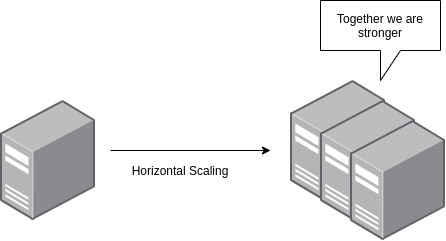
bregman-arie/system-design-notebook keeps this draw.io diagram as images/scalability/horizontal_scaling.png. Above is the earlier version. Source tidied: cells renumbered, new cells last; positions are measured from the earlier drawing's top-left corner, leaving out a move shared by most shapes. The source it was exported from:
```xml
<mxGraphModel>
  <root>
    <mxCell id="0" />
    <mxCell id="1" parent="0" />
    <mxCell id="2" style="html=1;align=center;shadow=0;dashed=0;image;image=img/lib/allied_telesis/computer_and_terminals/Server_Desktop.svg;" parent="1" vertex="1">
      <mxGeometry y="100" width="94.7" height="120" as="geometry" />
    </mxCell>
    <mxCell id="3" style="html=1;align=center;shadow=0;dashed=0;image;image=img/lib/allied_telesis/computer_and_terminals/Server_Desktop.svg;" parent="1" vertex="1">
      <mxGeometry x="290" y="80" width="94.7" height="120" as="geometry" />
    </mxCell>
    <mxCell id="4" style="html=1;align=center;shadow=0;dashed=0;image;image=img/lib/allied_telesis/computer_and_terminals/Server_Desktop.svg;" parent="1" vertex="1">
      <mxGeometry x="320" y="100" width="94.7" height="120" as="geometry" />
    </mxCell>
    <mxCell id="5" style="html=1;align=center;shadow=0;dashed=0;image;image=img/lib/allied_telesis/computer_and_terminals/Server_Desktop.svg;" parent="1" vertex="1">
      <mxGeometry x="350" y="120" width="94.7" height="120" as="geometry" />
    </mxCell>
    <mxCell id="6" style="endArrow=classic;html=1;" parent="1" edge="1">
      <mxGeometry relative="1" as="geometry">
        <mxPoint x="110" y="150" as="sourcePoint" />
        <mxPoint x="270" y="150" as="targetPoint" />
      </mxGeometry>
    </mxCell>
    <mxCell id="7" value="&lt;span&gt;Together we are stronger&lt;/span&gt;" style="shape=callout;whiteSpace=wrap;html=1;perimeter=calloutPerimeter;" parent="1" vertex="1">
      <mxGeometry x="320" width="120" height="80" as="geometry" />
    </mxCell>
    <mxCell id="8" value="Horizontal Scaling" style="text;html=1;strokeColor=none;fillColor=none;align=center;verticalAlign=middle;whiteSpace=wrap;rounded=0;" parent="1" vertex="1">
      <mxGeometry x="120" y="160" width="120" height="20" as="geometry" />
    </mxCell>
  </root>
</mxGraphModel>
```
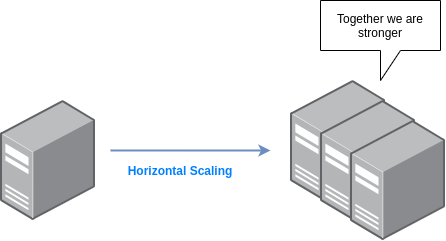
After the change.

The edit, as a diff of the source:
```diff
@@ -14,7 +14,7 @@
     <mxCell id="5" style="html=1;align=center;shadow=0;dashed=0;image;image=img/lib/allied_telesis/computer_and_terminals/Server_Desktop.svg;" parent="1" vertex="1">
       <mxGeometry x="350" y="120" width="94.7" height="120" as="geometry" />
     </mxCell>
-    <mxCell id="6" style="endArrow=classic;html=1;" parent="1" edge="1">
+    <mxCell id="6" style="endArrow=classic;html=1;fontStyle=1;fillColor=#dae8fc;strokeColor=#6c8ebf;strokeWidth=2;" parent="1" edge="1">
       <mxGeometry relative="1" as="geometry">
         <mxPoint x="110" y="150" as="sourcePoint" />
         <mxPoint x="270" y="150" as="targetPoint" />
@@ -23,7 +23,7 @@
     <mxCell id="7" value="&lt;span&gt;Together we are stronger&lt;/span&gt;" style="shape=callout;whiteSpace=wrap;html=1;perimeter=calloutPerimeter;" parent="1" vertex="1">
       <mxGeometry x="320" width="120" height="80" as="geometry" />
     </mxCell>
-    <mxCell id="8" value="Horizontal Scaling" style="text;html=1;strokeColor=none;fillColor=none;align=center;verticalAlign=middle;whiteSpace=wrap;rounded=0;" parent="1" vertex="1">
+    <mxCell id="8" value="Horizontal Scaling" style="text;html=1;strokeColor=none;fillColor=none;align=center;verticalAlign=middle;whiteSpace=wrap;rounded=0;fontStyle=1;fontColor=#007FFF;" parent="1" vertex="1">
       <mxGeometry x="120" y="160" width="120" height="20" as="geometry" />
     </mxCell>
   </root>
```
